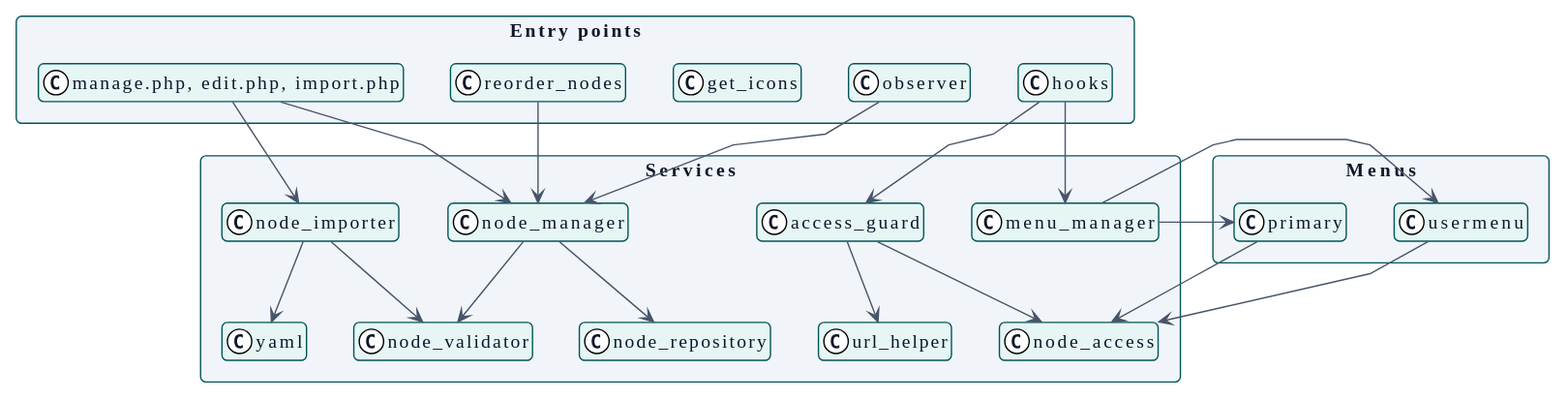
Earlier version of the PlantUML export docs/es/technical/design/class-diagram.svg (didactika/moodle-local_extendednav). The source it was exported from:
```plantuml
@startuml
!theme plain
skinparam backgroundColor #FFFFFF
skinparam defaultFontName IBM Plex Sans
skinparam defaultFontSize 14
skinparam defaultFontColor #0F172A
skinparam shadowing false
skinparam packageStyle rectangle
skinparam ArrowFontSize 12
skinparam ClassAttributeIconSize 0
skinparam roundCorner 8
skinparam ArrowColor #475569
skinparam ArrowFontColor #0F172A
skinparam NoteBackgroundColor #FDF3DC
skinparam NoteBorderColor #00555A
skinparam NoteFontColor #0F172A
skinparam class {
  BackgroundColor #E6F6F4
  BorderColor #00555A
  FontColor #0F172A
}
skinparam entity {
  BackgroundColor #E6F6F4
  BorderColor #00555A
  FontColor #0F172A
}
skinparam participant {
  BackgroundColor #E6F6F4
  BorderColor #00555A
  FontColor #0F172A
}
skinparam actor {
  BackgroundColor #E6F6F4
  BorderColor #00555A
  FontColor #0F172A
}
skinparam database {
  BackgroundColor #E6F6F4
  BorderColor #00555A
  FontColor #0F172A
}
skinparam component {
  BackgroundColor #E6F6F4
  BorderColor #00555A
  FontColor #0F172A
}
skinparam node {
  BackgroundColor #E6F6F4
  BorderColor #00555A
  FontColor #0F172A
}
skinparam usecase {
  BackgroundColor #E6F6F4
  BorderColor #00555A
  FontColor #0F172A
}
skinparam interface {
  BackgroundColor #E6F6F4
  BorderColor #00555A
  FontColor #0F172A
}
skinparam state {
  BackgroundColor #E6F6F4
  BorderColor #00555A
  FontColor #0F172A
  StartColor #475569
  EndColor #475569
  ArrowColor #475569
}
skinparam package {
  BackgroundColor #F1F5F9
  BorderColor #00555A
  FontColor #0F172A
}
skinparam sequence {
  LifeLineBorderColor #475569
  LifeLineBackgroundColor #E6F6F4
  ArrowColor #475569
  GroupBorderColor #00555A
  GroupBackgroundColor #F1F5F9
}
skinparam package<<level1>> {
  BackgroundColor #A7DDD5
  BorderColor #00555A
  FontColor #0F172A
}
skinparam package<<level2>> {
  BackgroundColor #C8EEE9
  BorderColor #00555A
  FontColor #0F172A
}
skinparam package<<level3>> {
  BackgroundColor #E6F6F4
  BorderColor #00555A
  FontColor #0F172A
}
skinparam package<<level4>> {
  BackgroundColor #F4FBFA
  BorderColor #00555A
  FontColor #0F172A
}
hide <<level1>> stereotype
hide <<level2>> stereotype
hide <<level3>> stereotype
hide <<level4>> stereotype
hide empty members
skinparam linetype polyline
top to bottom direction

package "Entry points" {
  class "manage.php, edit.php, import.php" as pages
  class reorder_nodes
  class get_icons
  class hooks
  class observer
}
package "Services" {
  class node_manager
  class node_validator
  class node_importer
  class node_repository
  class node_access
  class access_guard
  class url_helper
  class menu_manager
  class yaml
}
package "Menus" {
  class primary
  class usermenu
}

pages --> node_manager
pages --> node_importer
reorder_nodes --> node_manager
hooks --> menu_manager
hooks --> access_guard
observer --> node_manager
node_manager --> node_repository
node_manager --> node_validator
node_importer --> node_validator
node_importer --> yaml
access_guard --> node_access
access_guard --> url_helper
menu_manager --> primary
menu_manager --> usermenu
primary --> node_access
usermenu --> node_access
@enduml
```
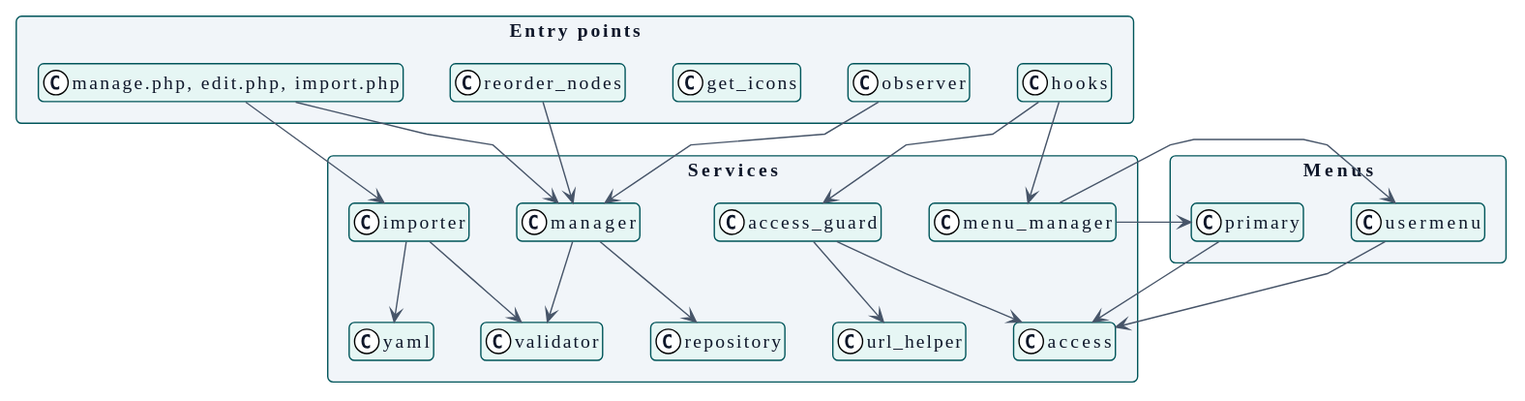
Above is the later version.

What changed in the source:
```diff
@@ -115,11 +115,11 @@
   class observer
 }
 package "Services" {
-  class node_manager
-  class node_validator
-  class node_importer
-  class node_repository
-  class node_access
+  class manager
+  class validator
+  class importer
+  class repository
+  class access
   class access_guard
   class url_helper
   class menu_manager
@@ -130,20 +130,20 @@
   class usermenu
 }
 
-pages --> node_manager
-pages --> node_importer
-reorder_nodes --> node_manager
+pages --> manager
+pages --> importer
+reorder_nodes --> manager
 hooks --> menu_manager
 hooks --> access_guard
-observer --> node_manager
-node_manager --> node_repository
-node_manager --> node_validator
-node_importer --> node_validator
-node_importer --> yaml
-access_guard --> node_access
+observer --> manager
+manager --> repository
+manager --> validator
+importer --> validator
+importer --> yaml
+access_guard --> access
 access_guard --> url_helper
 menu_manager --> primary
 menu_manager --> usermenu
-primary --> node_access
-usermenu --> node_access
+primary --> access
+usermenu --> access
 @enduml
```
